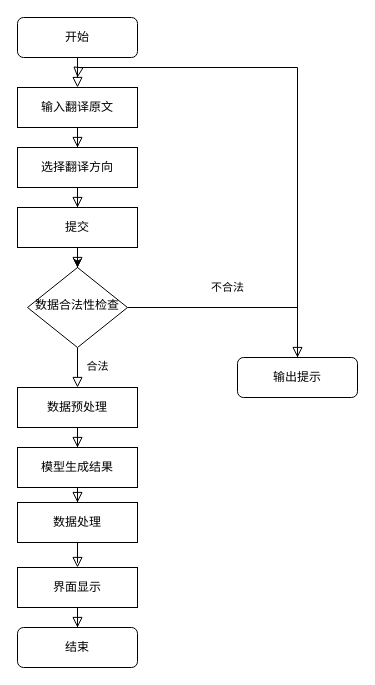
Earlier version of the draw.io diagram 系统流程图.drawio (Mo-DuQian/rhetoric-poem-data). Source tidied: cells renumbered, new cells numbered last; positions are measured from the earlier drawing's top-left corner, leaving out a move shared by most shapes. Both pictures are drawn from the tidied source at 100%, with x=0, y=0 at pixel (17, 17).
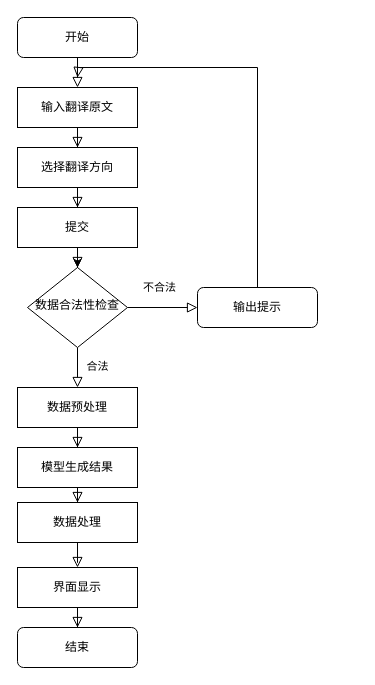
Above is the later version.

Commit message (it also covers changes not shown here):
更新系统流程图.drawio

Diff of the diagram source:
```diff
@@
-    <mxCell id="8" style="edgeStyle=orthogonalEdgeStyle;rounded=0;jettySize=auto;html=1;labelBackgroundColor=none;endArrow=block;endFill=0;endSize=8;strokeWidth=1;shadow=0;" parent="1" edge="1" source="9">
-      <mxGeometry relative="1" as="geometry">
-        <mxPoint x="60" y="60" as="targetPoint" />
-        <Array as="points">
-          <mxPoint x="280" y="50" />
-          <mxPoint x="61" y="50" />
-        </Array>
-      </mxGeometry>
-    </mxCell>
+    <mxCell id="25" style="edgeStyle=orthogonalEdgeStyle;rounded=0;jettySize=auto;html=1;labelBackgroundColor=none;endArrow=block;endFill=0;endSize=8;strokeWidth=1;shadow=0;" parent="1" edge="1" source="9">
+      <mxGeometry relative="1" as="geometry">
+        <mxPoint x="60" y="60" as="targetPoint" />
+        <Array as="points">
+          <mxPoint x="240" y="50" />
+          <mxPoint x="61" y="50" />
+          <mxPoint x="61" y="60" />
+        </Array>
+      </mxGeometry>
+    </mxCell>
     <mxCell id="9" value="输出提示" style="rounded=1;whiteSpace=wrap;html=1;fontSize=12;glass=0;strokeWidth=1;shadow=0;" parent="1" vertex="1">
-      <mxGeometry x="220" y="340" width="120" height="40" as="geometry" />
+      <mxGeometry x="180" y="270" width="120" height="40" as="geometry" />
     </mxCell>
```
